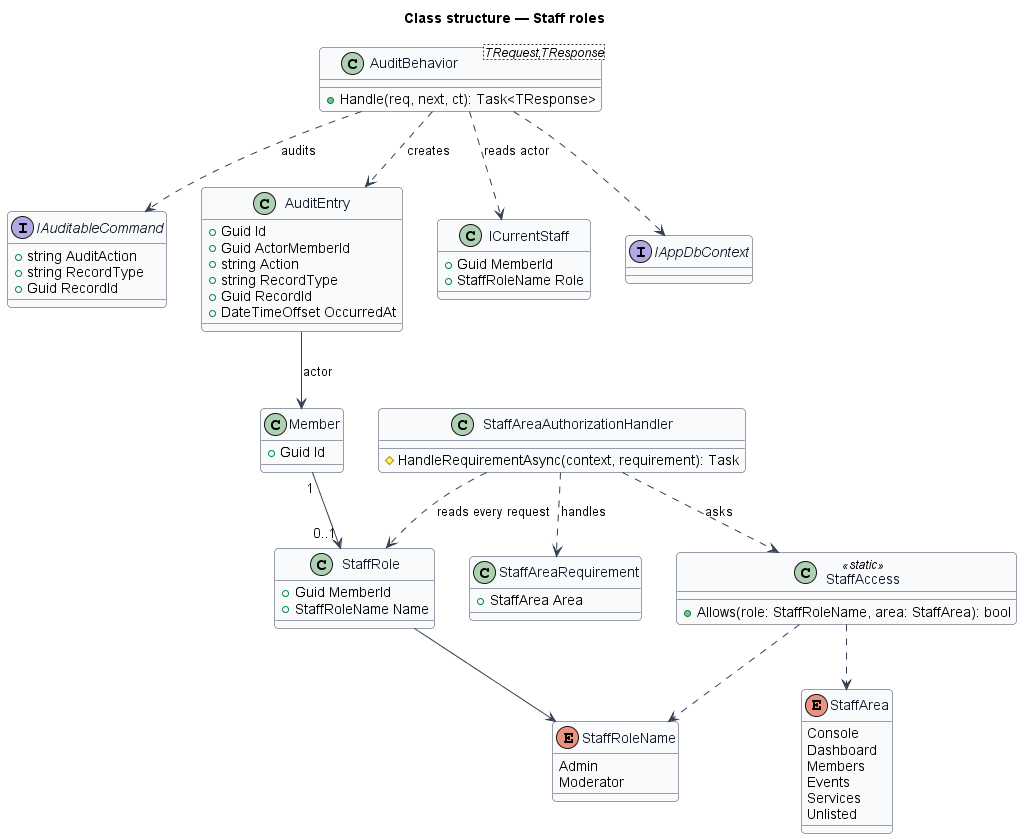
The PlantUML diagram docs/detailed-designs/admin-access/staff-roles/diagrams/class.png in QuinntyneBrown/christian-fitness, before a commit.
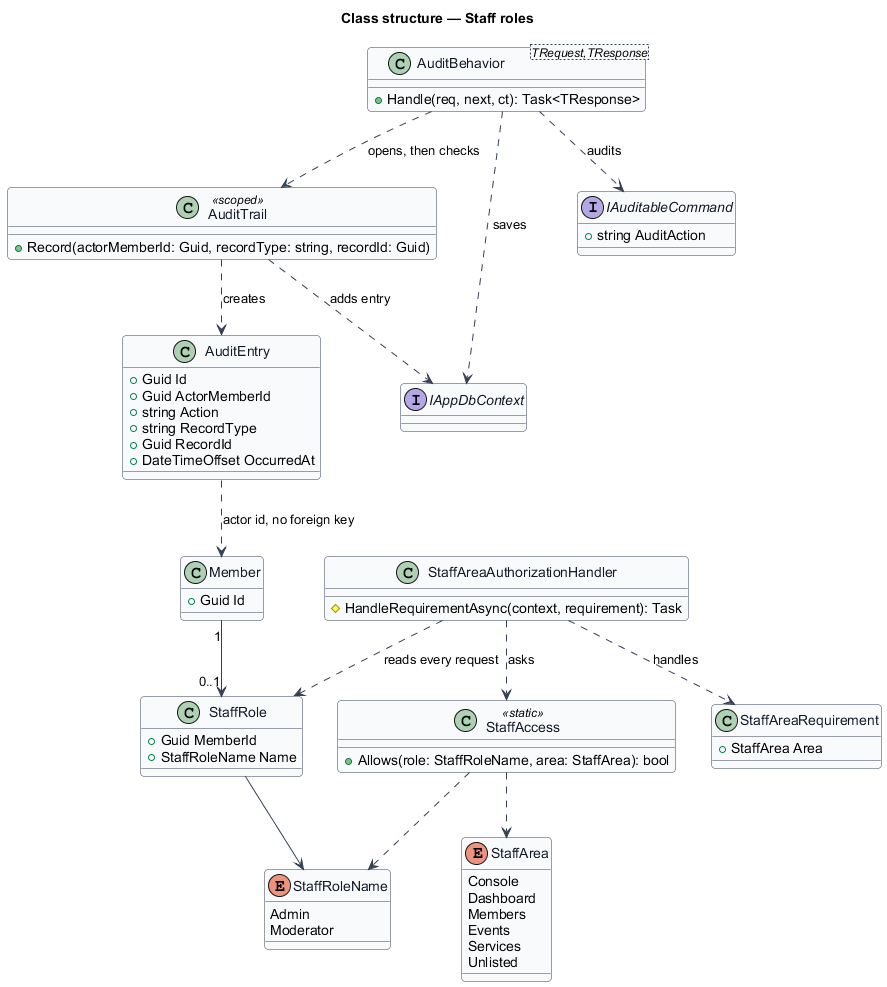
Above is the later version.

Diff of the diagram source:
```diff
@@ -24,8 +24,9 @@
 }
 interface IAuditableCommand {
   +string AuditAction
-  +string RecordType
-  +Guid RecordId
+}
+class AuditTrail <<scoped>> {
+  +Record(actorMemberId: Guid, recordType: string, recordId: Guid)
 }
 class "AuditBehavior<TRequest,TResponse>" as AuditBehavior {
   +Handle(req, next, ct): Task<TResponse>
@@ -37,10 +38,6 @@
   +string RecordType
   +Guid RecordId
   +DateTimeOffset OccurredAt
-}
-class ICurrentStaff {
-  +Guid MemberId
-  +StaffRoleName Role
 }
 enum StaffArea {
   Console
@@ -64,13 +61,14 @@
 Member "1" --> "0..1" StaffRole
 StaffRole --> StaffRoleName
 AuditBehavior ..> IAuditableCommand : audits
-AuditBehavior ..> ICurrentStaff : reads actor
-AuditBehavior ..> AuditEntry : creates
-AuditBehavior ..> IAppDbContext
+AuditBehavior ..> AuditTrail : opens, then checks
+AuditBehavior ..> IAppDbContext : saves
+AuditTrail ..> AuditEntry : creates
+AuditTrail ..> IAppDbContext : adds entry
 StaffAreaAuthorizationHandler ..> StaffAreaRequirement : handles
 StaffAreaAuthorizationHandler ..> StaffRole : reads every request
 StaffAreaAuthorizationHandler ..> StaffAccess : asks
 StaffAccess ..> StaffArea
 StaffAccess ..> StaffRoleName
-AuditEntry --> Member : actor
+AuditEntry ..> Member : actor id, no foreign key
 @enduml
```
